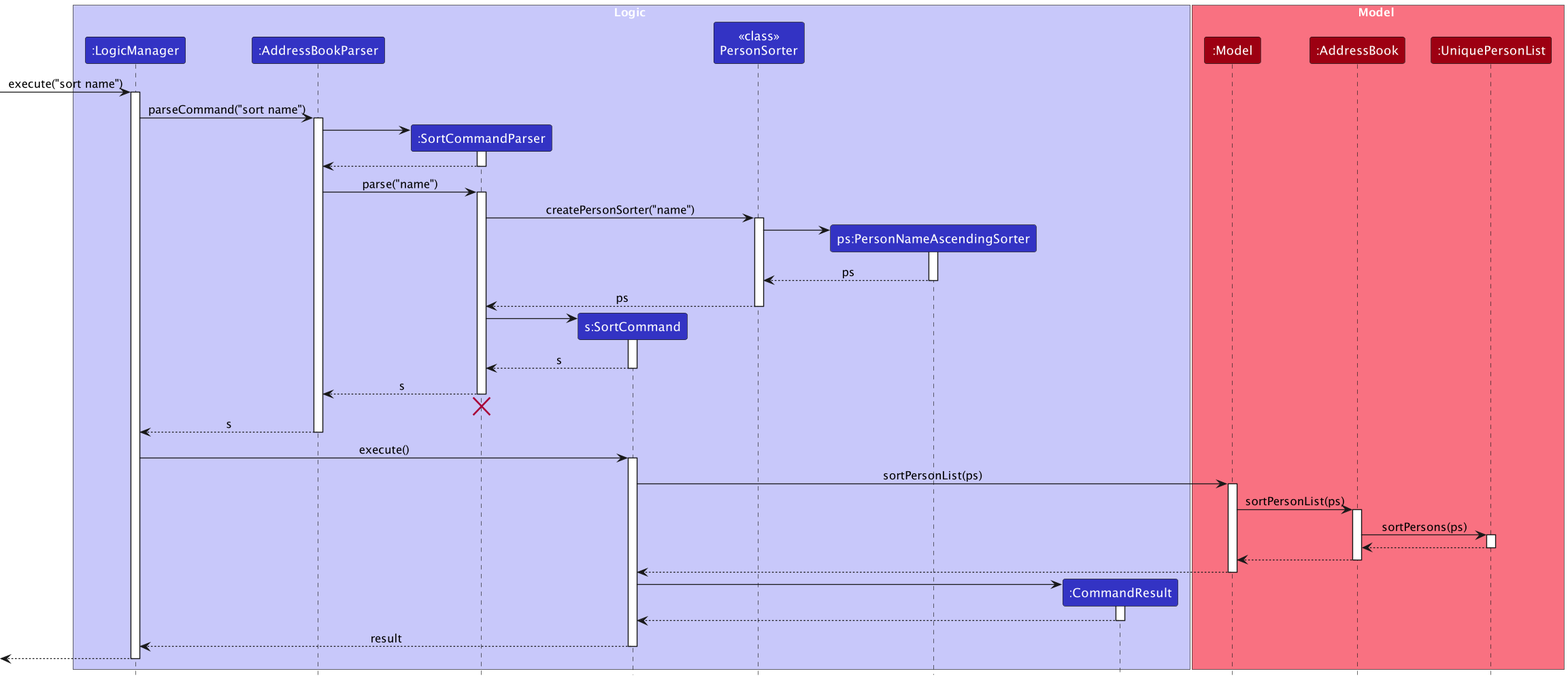
Before: docs/images/SortSequenceDiagram.png, a diagram exported from PlantUML (tanteckfang/tp).
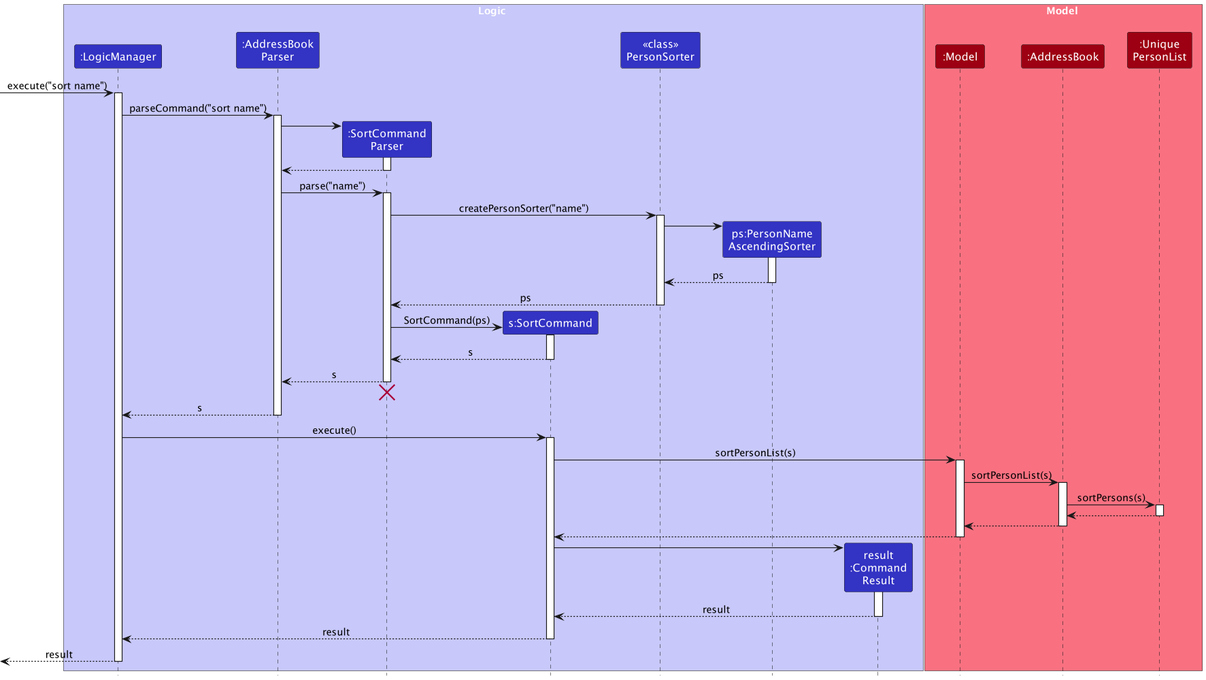
After the commit.

Commit message:
Update DG - Sort sequence diagram

What changed in the source:
```diff
@@ -6,18 +6,18 @@
 
 box Logic LOGIC_COLOR_T1
 participant ":LogicManager" as LogicManager LOGIC_COLOR
-participant ":AddressBookParser" as AddressBookParser LOGIC_COLOR
-participant ":SortCommandParser" as SortCommandParser LOGIC_COLOR
+participant ":AddressBook\nParser" as AddressBookParser LOGIC_COLOR
+participant ":SortCommand\nParser" as SortCommandParser LOGIC_COLOR
 participant "s:SortCommand" as SortCommand LOGIC_COLOR
 participant "<<class>>\nPersonSorter" as PersonSorter LOGIC_COLOR
-participant "ps:PersonNameAscendingSorter" as PersonNameAscendingSorter LOGIC_COLOR
-participant ":CommandResult" as CommandResult LOGIC_COLOR
+participant "ps:PersonName\nAscendingSorter" as PersonNameAscendingSorter LOGIC_COLOR
+participant "result\n:Command\nResult" as CommandResult LOGIC_COLOR
 end box
 
 box Model MODEL_COLOR_T1
 participant ":Model" as Model MODEL_COLOR
 participant ":AddressBook" as AddressBook MODEL_COLOR
-participant ":UniquePersonList" as UniquePersonList MODEL_COLOR
+participant ":Unique\nPersonList" as UniquePersonList MODEL_COLOR
 end box
 
 [-> LogicManager : execute("sort name")
@@ -50,7 +50,7 @@
 deactivate PersonSorter
 
 create SortCommand
-SortCommandParser -> SortCommand
+SortCommandParser -> SortCommand : SortCommand(ps)
 activate SortCommand
 
 SortCommand --> SortCommandParser : s
@@ -67,13 +67,13 @@
 LogicManager -> SortCommand : execute()
 activate SortCommand
 
-SortCommand -> Model : sortPersonList(ps)
+SortCommand -> Model : sortPersonList(s)
 activate Model
 
-Model -> AddressBook : sortPersonList(ps)
+Model -> AddressBook : sortPersonList(s)
 activate AddressBook
 
-AddressBook -> UniquePersonList : sortPersons(ps)
+AddressBook -> UniquePersonList : sortPersons(s)
 activate UniquePersonList
 
 UniquePersonList --> AddressBook
@@ -90,12 +90,12 @@
 SortCommand -> CommandResult
 activate CommandResult
 
-CommandResult --> SortCommand
+CommandResult --> SortCommand : result
 deactivate CommandResult
 
 SortCommand --> LogicManager : result
 deactivate SortCommand
 
-[<--LogicManager
+[<--LogicManager : result
 deactivate LogicManager
 @enduml
```
